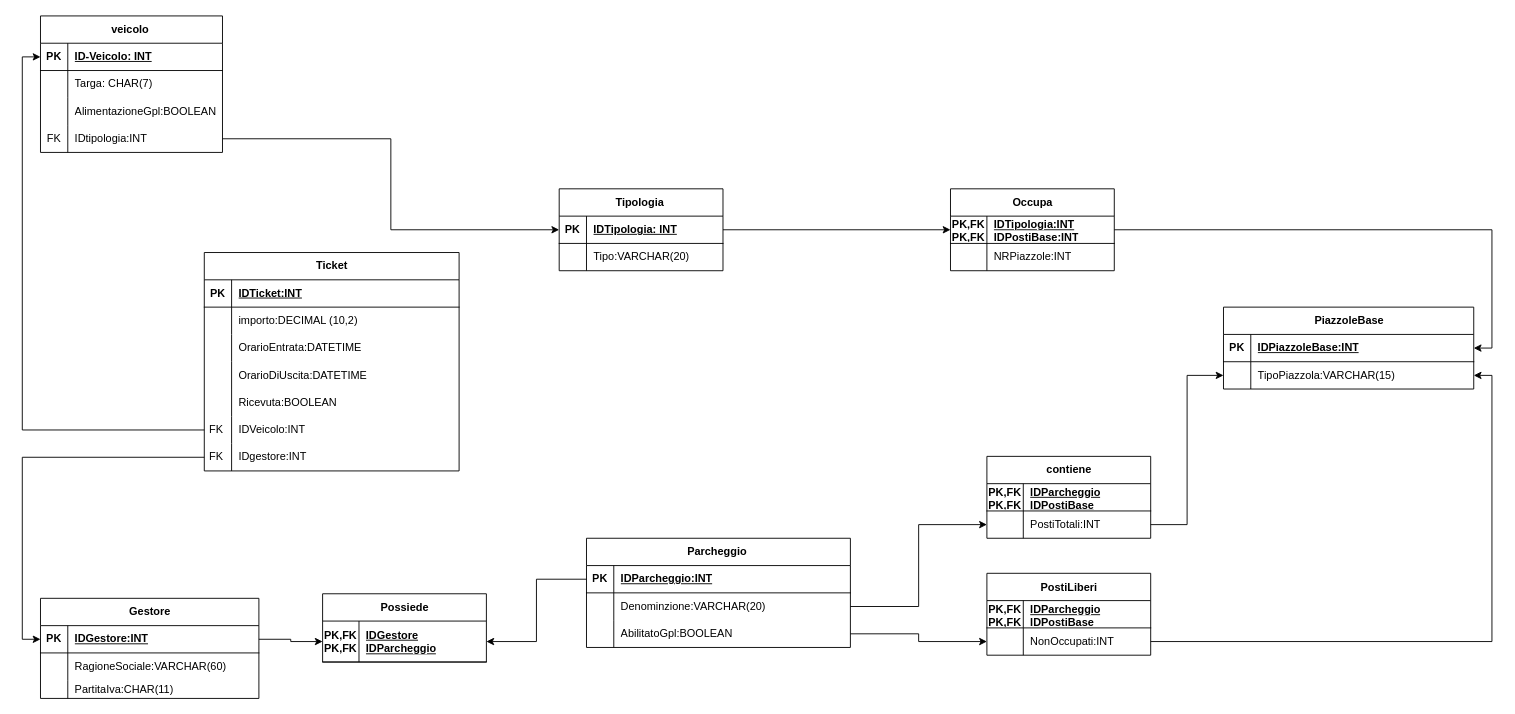
SuperMauro1966/Gestione_parcheggio keeps this draw.io diagram as page "schema fisico" (2 of 2) of analisi/schema-logico-fisico.drawio. Above is the earlier version. Source tidied: cells renumbered, new cells numbered last; positions are measured from the earlier drawing's top-left corner, leaving out a move shared by most shapes. Both pictures are drawn from the tidied source at 91%, with x=0, y=0 at pixel (40, 15).
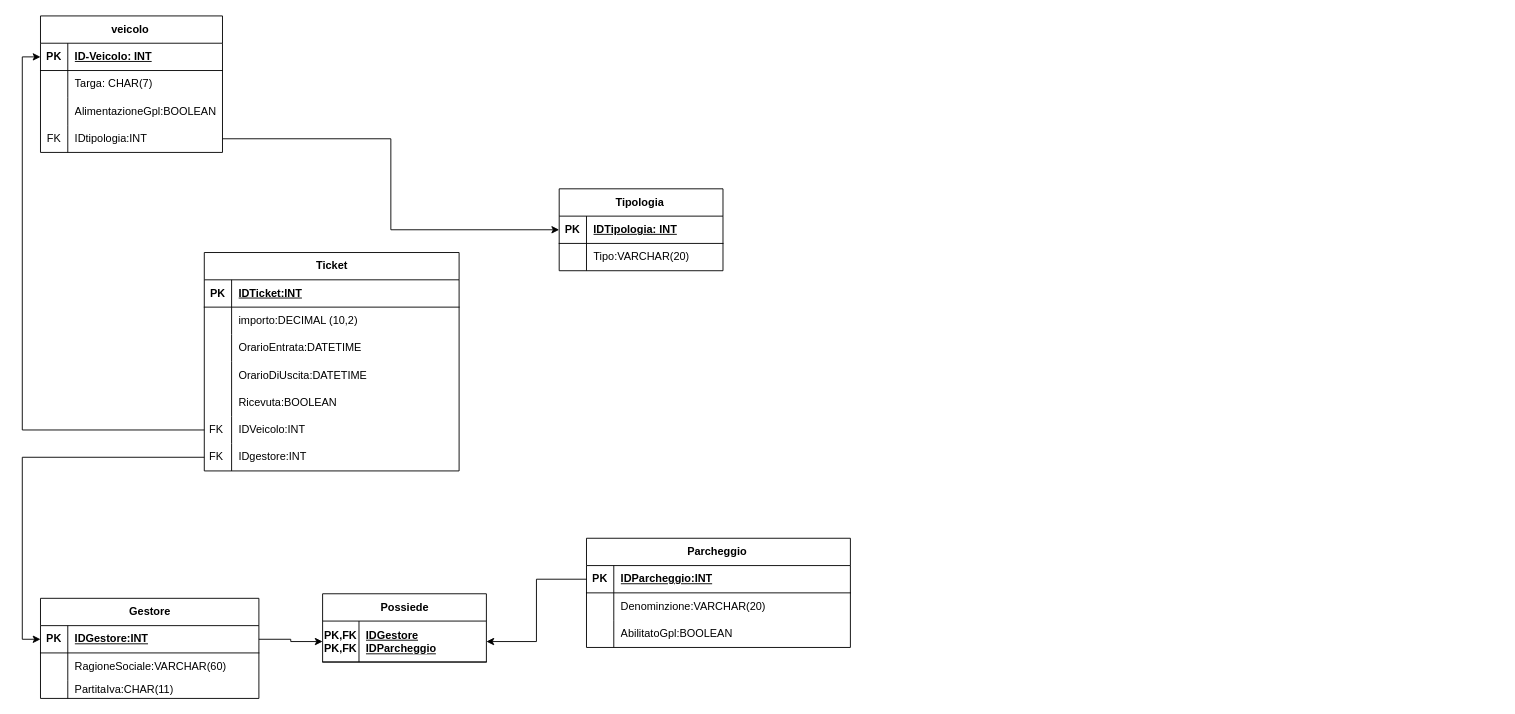
After the change.

The change refers to these unchanged cells:
```xml
<mxCell id="16" style="shape=tableRow;horizontal=0;startSize=0;swimlaneHead=0;swimlaneBody=0;fillColor=none;points=[[0,0.5],[1,0.5]];portConstraint=eastwest;top=0;left=0;right=0;bottom=1;" parent="15" vertex="1">
  <mxGeometry y="30" width="180" height="30" as="geometry" />
</mxCell>
<mxCell id="61" style="shape=tableRow;horizontal=0;startSize=0;swimlaneHead=0;swimlaneBody=0;fillColor=none;points=[[0,0.5],[1,0.5]];portConstraint=eastwest;top=0;left=0;right=0;bottom=0;" parent="57" vertex="1">
  <mxGeometry y="60" width="290" height="30" as="geometry" />
</mxCell>
<mxCell id="64" style="shape=tableRow;horizontal=0;startSize=0;swimlaneHead=0;swimlaneBody=0;fillColor=none;points=[[0,0.5],[1,0.5]];portConstraint=eastwest;top=0;left=0;right=0;bottom=0;" parent="57" vertex="1">
  <mxGeometry y="90" width="290" height="30" as="geometry" />
</mxCell>
```

Change to the diagram source:
```diff
@@
-    <mxCell id="67" value="PiazzoleBase" style="shape=table;startSize=30;childLayout=tableLayout;rowLines=0;fontStyle=1;align=center;html=1;" parent="1" vertex="1">
-      <mxGeometry x="1300" y="320" width="275" height="90" as="geometry" />
-    </mxCell>
-    <mxCell id="68" style="shape=tableRow;horizontal=0;startSize=0;swimlaneHead=0;swimlaneBody=0;fillColor=none;points=[[0,0.5],[1,0.5]];portConstraint=eastwest;top=0;left=0;right=0;bottom=1;" parent="67" vertex="1">
-      <mxGeometry y="30" width="275" height="30" as="geometry" />
-    </mxCell>
-    <mxCell id="69" value="PK" style="shape=partialRectangle;fillColor=none;top=0;left=0;bottom=0;right=0;fontStyle=1;overflow=hidden;whiteSpace=wrap;html=1;" parent="68" vertex="1">
-      <mxGeometry width="30" height="30" as="geometry" />
-    </mxCell>
-    <mxCell id="70" value="IDPiazzoleBase:INT" style="shape=partialRectangle;fillColor=none;top=0;left=0;bottom=0;right=0;align=left;spacingLeft=6;fontStyle=5;overflow=hidden;whiteSpace=wrap;html=1;" parent="68" vertex="1">
-      <mxGeometry x="30" width="245" height="30" as="geometry" />
-    </mxCell>
-    <mxCell id="71" style="shape=tableRow;horizontal=0;startSize=0;swimlaneHead=0;swimlaneBody=0;fillColor=none;points=[[0,0.5],[1,0.5]];portConstraint=eastwest;top=0;left=0;right=0;bottom=0;" parent="67" vertex="1">
-      <mxGeometry y="60" width="275" height="30" as="geometry" />
-    </mxCell>
-    <mxCell id="72" style="shape=partialRectangle;fillColor=none;top=0;left=0;bottom=0;right=0;overflow=hidden;whiteSpace=wrap;html=1;" parent="71" vertex="1">
-      <mxGeometry width="30" height="30" as="geometry" />
-    </mxCell>
-    <mxCell id="73" value="TipoPiazzola:VARCHAR(15)" style="shape=partialRectangle;fillColor=none;top=0;left=0;bottom=0;right=0;align=left;spacingLeft=6;overflow=hidden;whiteSpace=wrap;html=1;" parent="71" vertex="1">
-      <mxGeometry x="30" width="245" height="30" as="geometry" />
-    </mxCell>
-    <mxCell id="74" value="Occupa" style="shape=table;startSize=30;childLayout=tableLayout;rowLines=0;fontStyle=1;align=center;html=1;" parent="1" vertex="1">
-      <mxGeometry x="1000" y="190" width="180" height="90" as="geometry" />
-    </mxCell>
-    <mxCell id="75" style="shape=tableRow;horizontal=0;startSize=0;swimlaneHead=0;swimlaneBody=0;fillColor=none;points=[[0,0.5],[1,0.5]];portConstraint=eastwest;top=0;left=0;right=0;bottom=1;" parent="74" vertex="1">
-      <mxGeometry y="30" width="180" height="30" as="geometry" />
-    </mxCell>
-    <mxCell id="76" value="PK,FK&lt;br&gt;PK,FK" style="shape=partialRectangle;fillColor=none;top=0;left=0;bottom=0;right=0;fontStyle=1;overflow=hidden;whiteSpace=wrap;html=1;" parent="75" vertex="1">
-      <mxGeometry width="40" height="30" as="geometry" />
-    </mxCell>
-    <mxCell id="77" value="IDTipologia:INT&lt;br&gt;IDPostiBase:INT" style="shape=partialRectangle;fillColor=none;top=0;left=0;bottom=0;right=0;align=left;spacingLeft=6;fontStyle=5;overflow=hidden;whiteSpace=wrap;html=1;" parent="75" vertex="1">
-      <mxGeometry x="40" width="140" height="30" as="geometry" />
-    </mxCell>
-    <mxCell id="78" style="shape=tableRow;horizontal=0;startSize=0;swimlaneHead=0;swimlaneBody=0;fillColor=none;top=0;left=0;right=0;bottom=0;" parent="74" vertex="1">
-      <mxGeometry y="60" width="180" height="30" as="geometry" />
-    </mxCell>
-    <mxCell id="79" style="shape=partialRectangle;fillColor=none;top=0;left=0;bottom=0;right=0;overflow=hidden;whiteSpace=wrap;html=1;" parent="78" vertex="1">
-      <mxGeometry width="40" height="30" as="geometry" />
-    </mxCell>
-    <mxCell id="80" value="NRPiazzole:INT" style="shape=partialRectangle;fillColor=none;top=0;left=0;bottom=0;right=0;align=left;spacingLeft=6;overflow=hidden;whiteSpace=wrap;html=1;" parent="78" vertex="1">
-      <mxGeometry x="40" width="140" height="30" as="geometry" />
-    </mxCell>
-    <mxCell id="81" style="edgeStyle=orthogonalEdgeStyle;rounded=0;jettySize=auto;html=1;exitX=1;exitY=0.5;exitDx=0;exitDy=0;entryX=0;entryY=0.5;entryDx=0;entryDy=0;" parent="1" edge="1" source="16" target="75">
-      <mxGeometry relative="1" as="geometry" />
-    </mxCell>
-    <mxCell id="82" style="edgeStyle=orthogonalEdgeStyle;rounded=0;jettySize=auto;html=1;exitX=1;exitY=0.5;exitDx=0;exitDy=0;entryX=1;entryY=0.5;entryDx=0;entryDy=0;" parent="1" edge="1" source="75" target="68">
-      <mxGeometry relative="1" as="geometry" />
-    </mxCell>
@@
-    <mxCell id="89" value="contiene" style="shape=table;startSize=30;childLayout=tableLayout;rowLines=0;fontStyle=1;align=center;html=1;" parent="1" vertex="1">
-      <mxGeometry x="1040" y="484" width="180" height="90" as="geometry" />
-    </mxCell>
-    <mxCell id="90" style="shape=tableRow;horizontal=0;startSize=0;swimlaneHead=0;swimlaneBody=0;fillColor=none;top=0;left=0;right=0;bottom=1;" parent="89" vertex="1">
-      <mxGeometry y="30" width="180" height="30" as="geometry" />
-    </mxCell>
-    <mxCell id="91" value="PK,FK&lt;br&gt;PK,FK" style="shape=partialRectangle;fillColor=none;top=0;left=0;bottom=0;right=0;fontStyle=1;overflow=hidden;whiteSpace=wrap;html=1;" parent="90" vertex="1">
-      <mxGeometry width="40" height="30" as="geometry" />
-    </mxCell>
-    <mxCell id="92" value="IDParcheggio&lt;br&gt;IDPostiBase" style="shape=partialRectangle;fillColor=none;top=0;left=0;bottom=0;right=0;align=left;spacingLeft=6;fontStyle=5;overflow=hidden;whiteSpace=wrap;html=1;" parent="90" vertex="1">
-      <mxGeometry x="40" width="140" height="30" as="geometry" />
-    </mxCell>
-    <mxCell id="93" style="shape=tableRow;horizontal=0;startSize=0;swimlaneHead=0;swimlaneBody=0;fillColor=none;points=[[0,0.5],[1,0.5]];portConstraint=eastwest;top=0;left=0;right=0;bottom=0;" parent="89" vertex="1">
-      <mxGeometry y="60" width="180" height="30" as="geometry" />
-    </mxCell>
-    <mxCell id="94" style="shape=partialRectangle;fillColor=none;top=0;left=0;bottom=0;right=0;overflow=hidden;whiteSpace=wrap;html=1;" parent="93" vertex="1">
-      <mxGeometry width="40" height="30" as="geometry" />
-    </mxCell>
-    <mxCell id="95" value="PostiTotali:INT" style="shape=partialRectangle;fillColor=none;top=0;left=0;bottom=0;right=0;align=left;spacingLeft=6;overflow=hidden;whiteSpace=wrap;html=1;" parent="93" vertex="1">
-      <mxGeometry x="40" width="140" height="30" as="geometry" />
-    </mxCell>
-    <mxCell id="96" value="PostiLiberi" style="shape=table;startSize=30;childLayout=tableLayout;rowLines=0;fontStyle=1;align=center;html=1;" parent="1" vertex="1">
-      <mxGeometry x="1040" y="612.5" width="180" height="90" as="geometry" />
-    </mxCell>
-    <mxCell id="97" style="shape=tableRow;horizontal=0;startSize=0;swimlaneHead=0;swimlaneBody=0;fillColor=none;top=0;left=0;right=0;bottom=1;" parent="96" vertex="1">
-      <mxGeometry y="30" width="180" height="30" as="geometry" />
-    </mxCell>
-    <mxCell id="98" value="PK,FK&lt;br&gt;PK,FK" style="shape=partialRectangle;fillColor=none;top=0;left=0;bottom=0;right=0;fontStyle=1;overflow=hidden;whiteSpace=wrap;html=1;" parent="97" vertex="1">
-      <mxGeometry width="40" height="30" as="geometry" />
-    </mxCell>
-    <mxCell id="99" value="IDParcheggio&lt;br&gt;IDPostiBase" style="shape=partialRectangle;fillColor=none;top=0;left=0;bottom=0;right=0;align=left;spacingLeft=6;fontStyle=5;overflow=hidden;whiteSpace=wrap;html=1;" parent="97" vertex="1">
-      <mxGeometry x="40" width="140" height="30" as="geometry" />
-    </mxCell>
-    <mxCell id="100" style="shape=tableRow;horizontal=0;startSize=0;swimlaneHead=0;swimlaneBody=0;fillColor=none;points=[[0,0.5],[1,0.5]];portConstraint=eastwest;top=0;left=0;right=0;bottom=0;" parent="96" vertex="1">
-      <mxGeometry y="60" width="180" height="30" as="geometry" />
-    </mxCell>
-    <mxCell id="101" style="shape=partialRectangle;fillColor=none;top=0;left=0;bottom=0;right=0;overflow=hidden;whiteSpace=wrap;html=1;" parent="100" vertex="1">
-      <mxGeometry width="40" height="30" as="geometry" />
-    </mxCell>
-    <mxCell id="102" value="NonOccupati:INT" style="shape=partialRectangle;fillColor=none;top=0;left=0;bottom=0;right=0;align=left;spacingLeft=6;overflow=hidden;whiteSpace=wrap;html=1;" parent="100" vertex="1">
-      <mxGeometry x="40" width="140" height="30" as="geometry" />
-    </mxCell>
-    <mxCell id="103" style="edgeStyle=orthogonalEdgeStyle;rounded=0;jettySize=auto;html=1;exitX=1;exitY=0.5;exitDx=0;exitDy=0;entryX=0;entryY=0.5;entryDx=0;entryDy=0;" parent="1" edge="1" source="64" target="100">
-      <mxGeometry relative="1" as="geometry" />
-    </mxCell>
-    <mxCell id="104" style="edgeStyle=orthogonalEdgeStyle;rounded=0;jettySize=auto;html=1;exitX=1;exitY=0.5;exitDx=0;exitDy=0;entryX=1;entryY=0.5;entryDx=0;entryDy=0;" parent="1" edge="1" source="100" target="71">
-      <mxGeometry relative="1" as="geometry" />
-    </mxCell>
-    <mxCell id="105" style="edgeStyle=orthogonalEdgeStyle;rounded=0;jettySize=auto;html=1;exitX=1;exitY=0.5;exitDx=0;exitDy=0;entryX=0;entryY=0.5;entryDx=0;entryDy=0;" parent="1" edge="1" source="61" target="93">
-      <mxGeometry relative="1" as="geometry" />
-    </mxCell>
-    <mxCell id="106" style="edgeStyle=orthogonalEdgeStyle;rounded=0;jettySize=auto;html=1;exitX=1;exitY=0.5;exitDx=0;exitDy=0;entryX=0;entryY=0.5;entryDx=0;entryDy=0;" parent="1" edge="1" source="93" target="71">
-      <mxGeometry relative="1" as="geometry" />
-    </mxCell>
```
